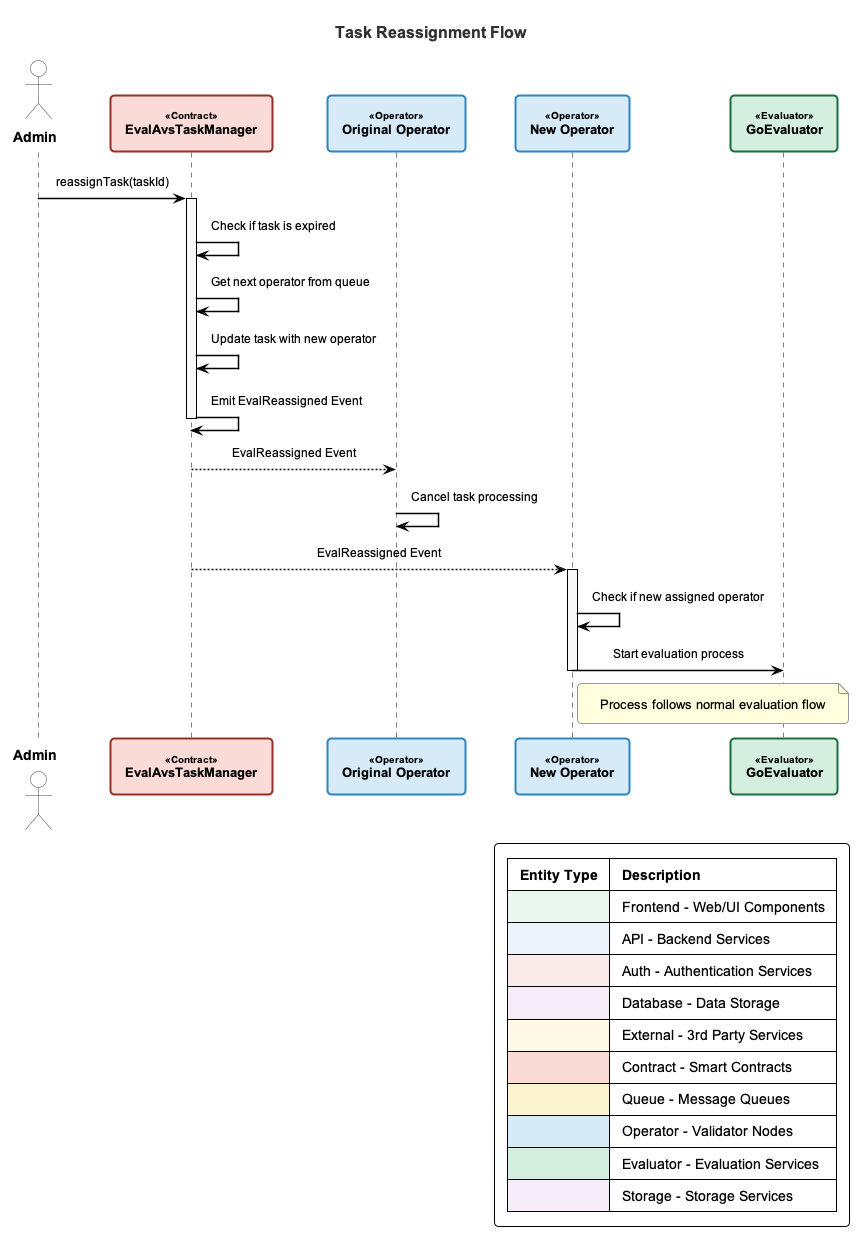
Above: custom-diagrams/diagrams/avs-reassignment-flow.png in k-g-j/ll-sequence-diagrams (PlantUML), before the change.
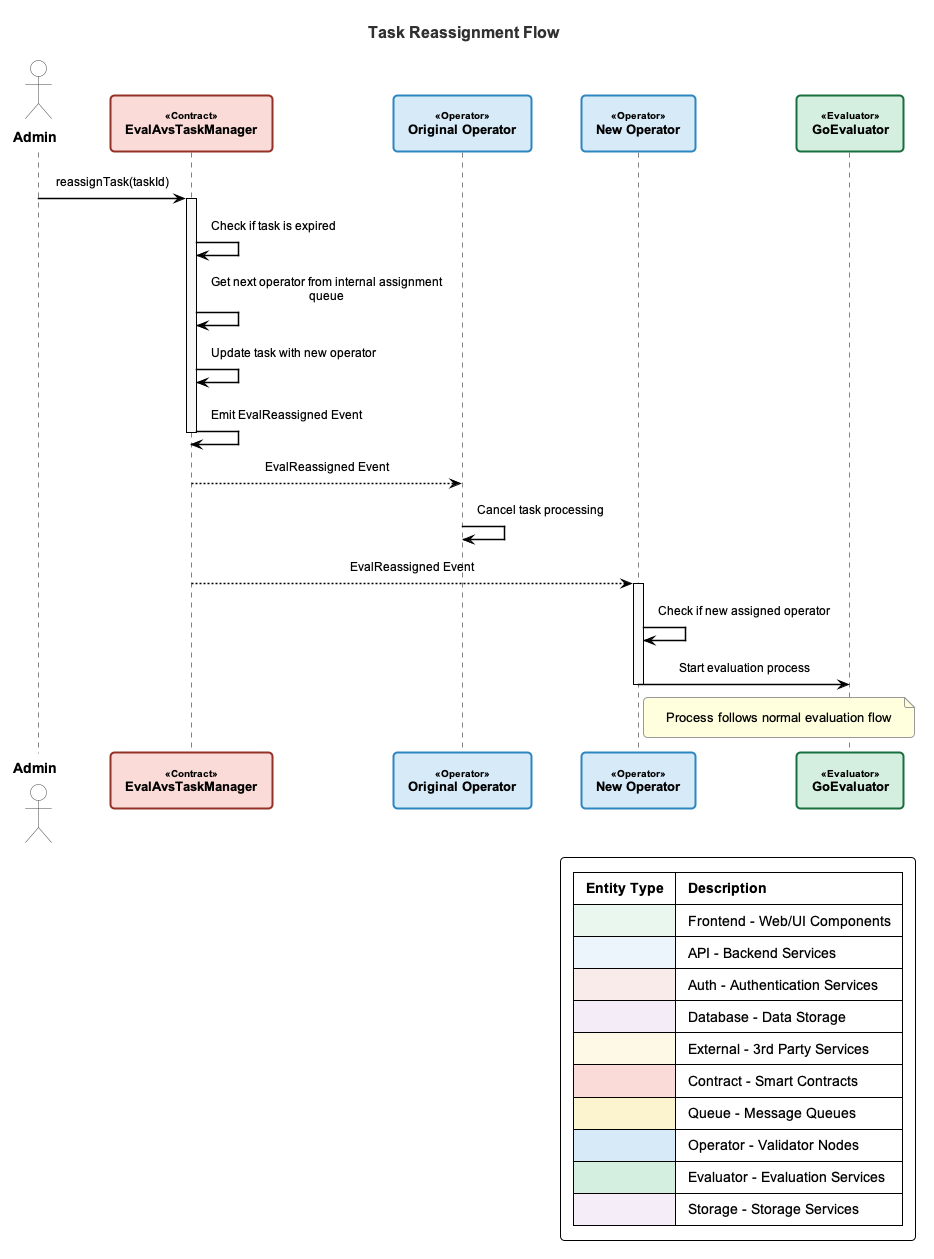
The same file after the commit.

Change to the diagram source:
```diff
@@ -19,7 +19,7 @@
 Admin -> TaskManager: reassignTask(taskId)
 activate TaskManager
 TaskManager -> TaskManager: Check if task is expired
-TaskManager -> TaskManager: Get next operator from queue
+TaskManager -> TaskManager: Get next operator from internal assignment queue
 TaskManager -> TaskManager: Update task with new operator
 TaskManager -> TaskManager: Emit EvalReassigned Event
 deactivate TaskManager
```
